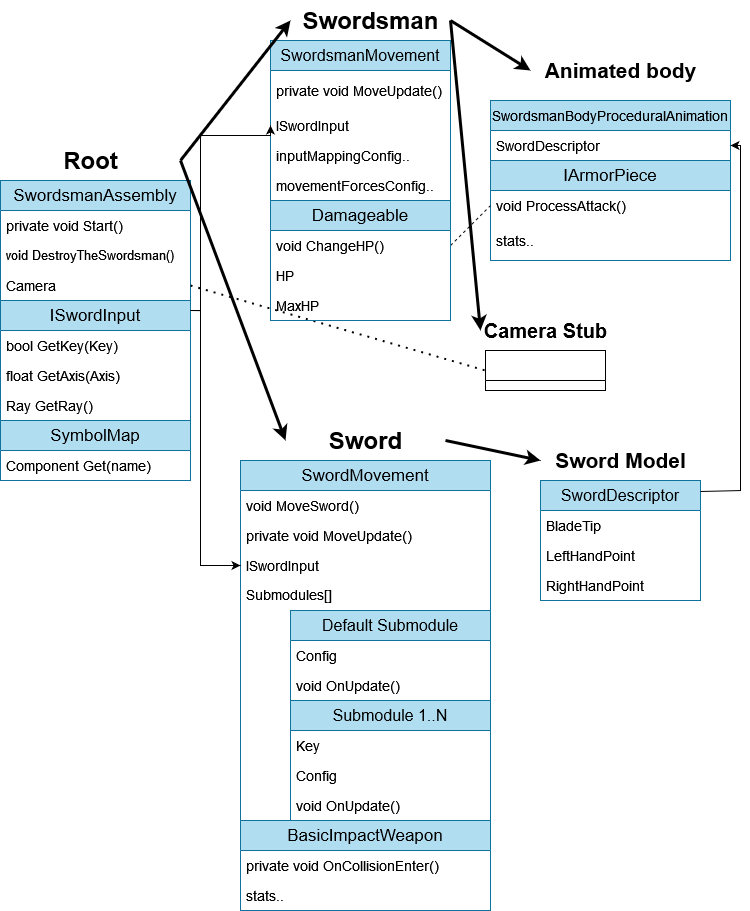
Earlier version of the draw.io export img/Structure-diagram.png (MarkusSecundus/PhysicsSwordfight). Source tidied: cells renumbered, new cells last; positions are measured from the earlier drawing's top-left corner, leaving out a move shared by most shapes.
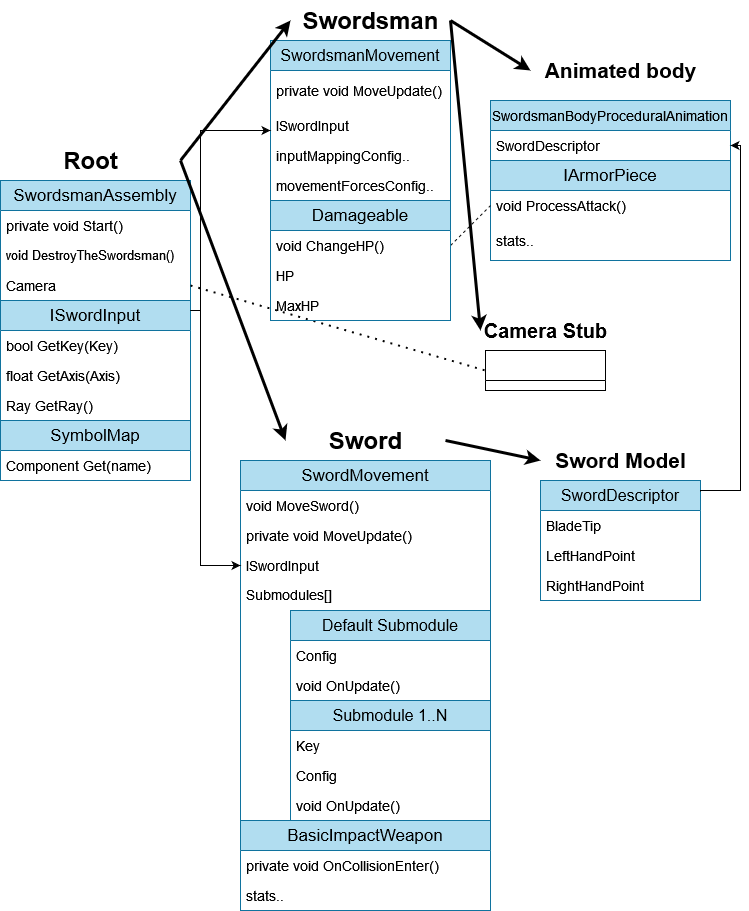
Above is the later version.

Commit message:
fixed wrong arrow direction in structure diagrams

Change to the diagram source:
```diff
@@ -185,12 +185,14 @@
         </Array>
       </mxGeometry>
     </mxCell>
-    <mxCell id="60" style="edgeStyle=orthogonalEdgeStyle;rounded=0;jettySize=auto;html=1;entryX=0;entryY=0.5;entryDx=0;entryDy=0;fontSize=14;" parent="1" edge="1" target="5">
+    <mxCell id="60" style="edgeStyle=orthogonalEdgeStyle;rounded=0;orthogonalLoop=1;jettySize=auto;html=1;fontSize=14;" parent="1" edge="1">
       <mxGeometry relative="1" as="geometry">
         <mxPoint x="190" y="310" as="sourcePoint" />
+        <mxPoint x="270" y="130" as="targetPoint" />
         <Array as="points">
           <mxPoint x="200" y="310" />
-          <mxPoint x="200" y="135" />
+          <mxPoint x="200" y="130" />
+          <mxPoint x="270" y="130" />
         </Array>
       </mxGeometry>
     </mxCell>
```
